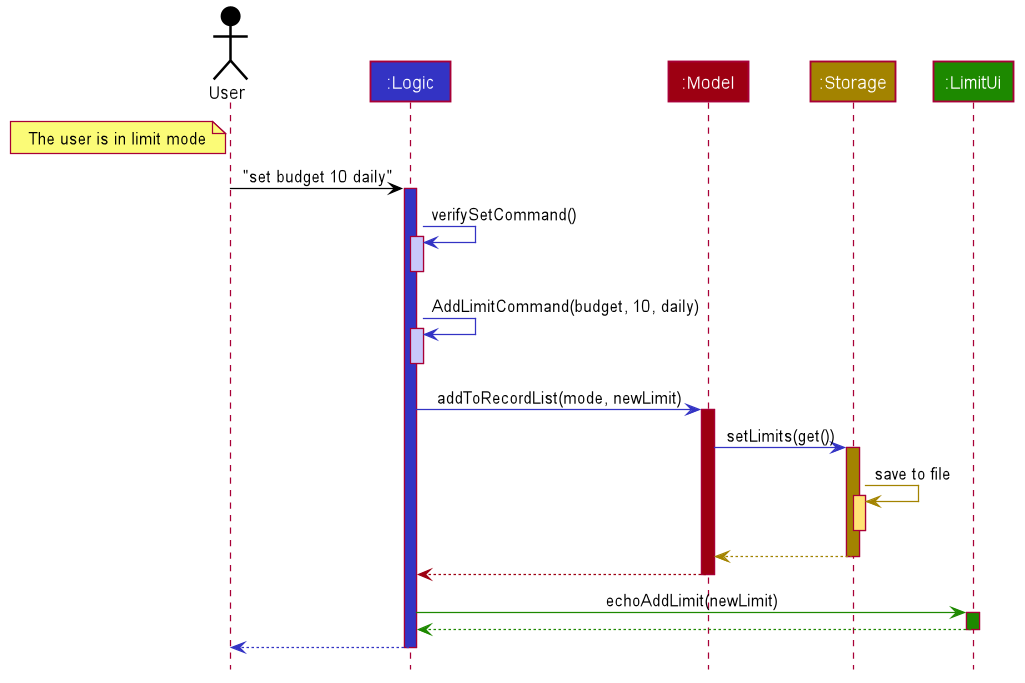
This is docs/diagrams/AddLimitCommandSequenceDiagram.png from Weng-Kexin/main, a PlantUML export, as it was before one commit.
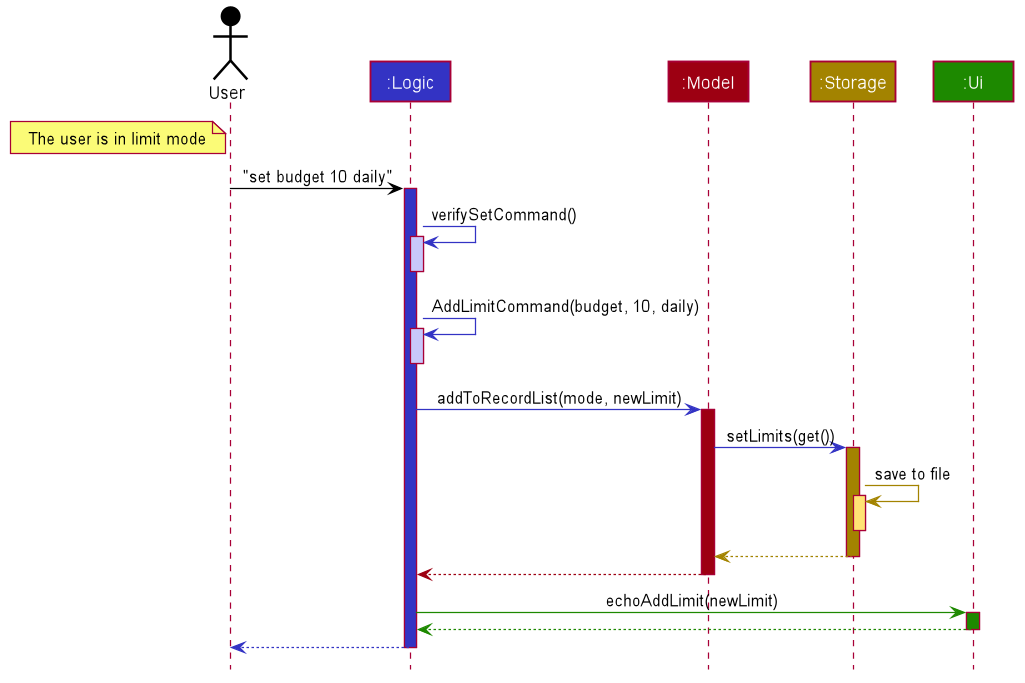
The same diagram one commit later.

Diff of the diagram source:
```diff
@@ -53,7 +53,7 @@
 Participant ":Logic" as logic #3333C4
 Participant ":Model" as model #9D0012
 Participant ":Storage" as storage #A38300
-Participant ":LimitUi" as limitUi #1D8900
+Participant ":Ui" as Ui #1D8900
 
 note left of user: The user is in limit mode
 
@@ -84,11 +84,11 @@
 model --[#9D0012]> logic
 deactivate model
 
-logic -[#1D8900]> limitUi : echoAddLimit(newLimit)
-activate limitUi #1D8900
+logic -[#1D8900]> Ui : echoAddLimit(newLimit)
+activate Ui #1D8900
 
-limitUi--[#1D8900]> logic
-deactivate limitUi
+Ui--[#1D8900]> logic
+deactivate Ui
 
 logic --[#3333C4]> user
 deactivate logic
```
